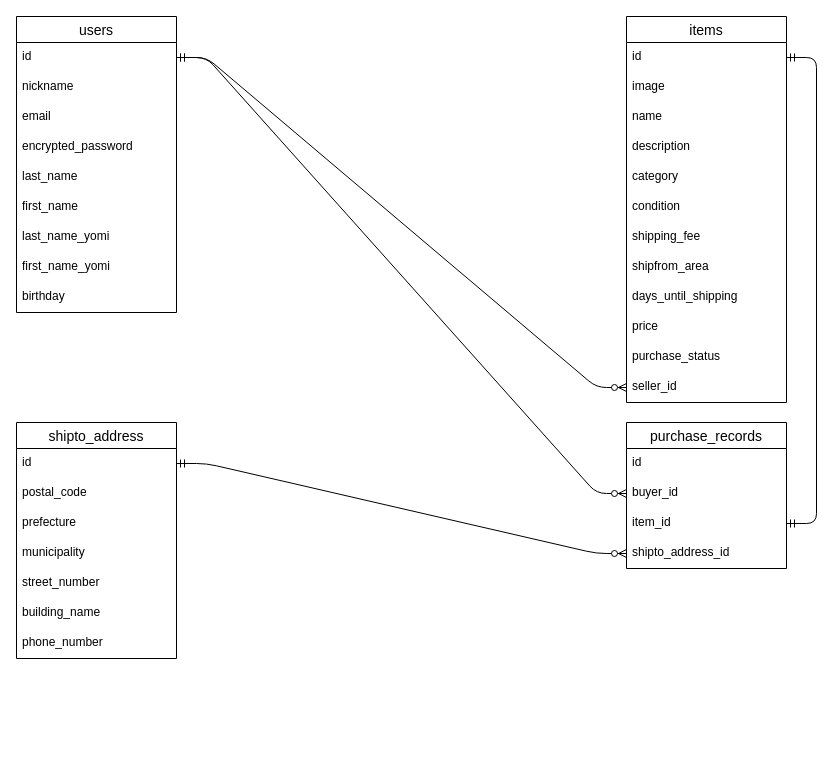
This is ER.dio from Kantakun018/furima-40286, a draw.io file, before an edit. Source tidied: cells renumbered, new cells numbered last; positions are measured from the earlier drawing's top-left corner, leaving out a move shared by most shapes. Both pictures are drawn from the tidied source at 100%, with x=0, y=0 at pixel (16, 16).
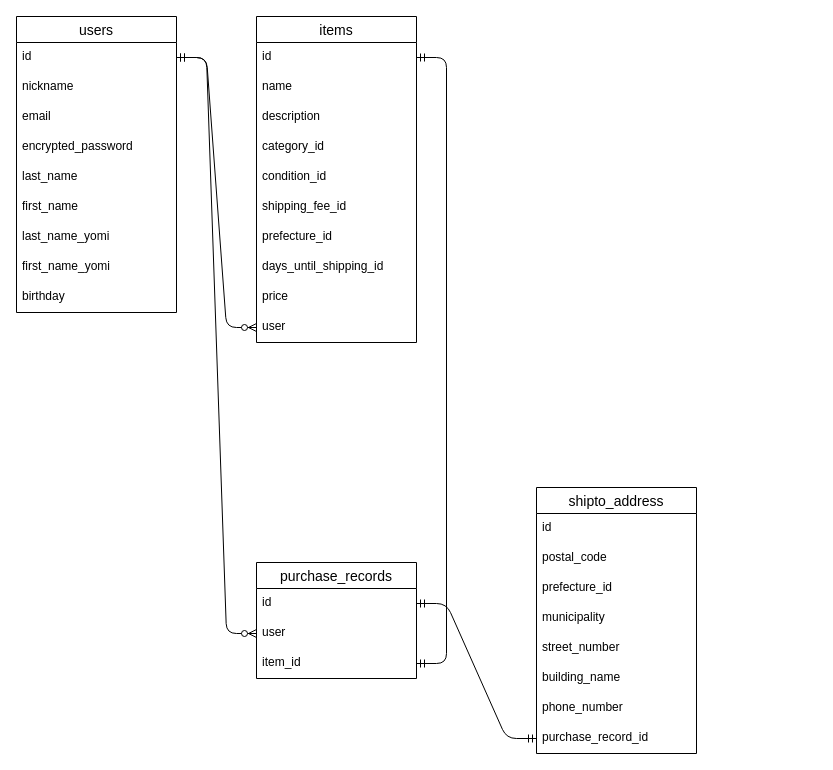
After the change.

Commit message (it also covers changes not shown here):
データベース設計②

Unchanged cells that the change refers to:
```xml
<mxCell id="4" value="id" style="text;strokeColor=none;fillColor=none;spacingLeft=4;spacingRight=4;overflow=hidden;points=[[0,0.5],[1,0.5]];portConstraint=eastwest;fontSize=12;" parent="3" vertex="1">
  <mxGeometry y="26" width="160" height="30" as="geometry" />
</mxCell>
<mxCell id="32" value="id" style="text;strokeColor=none;fillColor=none;spacingLeft=4;spacingRight=4;overflow=hidden;points=[[0,0.5],[1,0.5]];portConstraint=eastwest;fontSize=12;" parent="31" vertex="1">
  <mxGeometry y="26" width="160" height="30" as="geometry" />
</mxCell>
```

What changed in the source:
```diff
@@
     <mxCell id="3" value="purchase_records" style="swimlane;fontStyle=0;horizontal=1;startSize=26;align=center;fontSize=14;" parent="1" vertex="1">
-      <mxGeometry x="610" y="406" width="160" height="146" as="geometry" />
+      <mxGeometry x="240" y="546" width="160" height="116" as="geometry" />
     </mxCell>
@@
-    <mxCell id="5" value="buyer_id" style="text;strokeColor=none;fillColor=none;spacingLeft=4;spacingRight=4;overflow=hidden;points=[[0,0.5],[1,0.5]];portConstraint=eastwest;fontSize=12;" parent="3" vertex="1">
+    <mxCell id="5" value="user" style="text;strokeColor=none;fillColor=none;spacingLeft=4;spacingRight=4;overflow=hidden;points=[[0,0.5],[1,0.5]];portConstraint=eastwest;fontSize=12;" parent="3" vertex="1">
       <mxGeometry y="56" width="160" height="30" as="geometry" />
     </mxCell>
@@
-    <mxCell id="7" value="shipto_address_id" style="text;strokeColor=none;fillColor=none;spacingLeft=4;spacingRight=4;overflow=hidden;points=[[0,0.5],[1,0.5]];portConstraint=eastwest;fontSize=12;" parent="3" vertex="1">
-      <mxGeometry y="116" width="160" height="30" as="geometry" />
-    </mxCell>
@@
     <mxCell id="18" value="items" style="swimlane;fontStyle=0;horizontal=1;startSize=26;align=center;fontSize=14;" parent="1" vertex="1">
-      <mxGeometry x="610" width="160" height="386" as="geometry" />
+      <mxGeometry x="240" width="160" height="326" as="geometry" />
     </mxCell>
@@
-    <mxCell id="20" value="image" style="text;strokeColor=none;fillColor=none;spacingLeft=4;spacingRight=4;overflow=hidden;fontSize=12;" parent="18" vertex="1">
-      <mxGeometry y="56" width="160" height="30" as="geometry" />
-    </mxCell>
     <mxCell id="21" value="name" style="text;strokeColor=none;fillColor=none;spacingLeft=4;spacingRight=4;overflow=hidden;fontSize=12;" parent="18" vertex="1">
-      <mxGeometry y="86" width="160" height="30" as="geometry" />
+      <mxGeometry y="56" width="160" height="30" as="geometry" />
     </mxCell>
     <mxCell id="22" value="description" style="text;strokeColor=none;fillColor=none;spacingLeft=4;spacingRight=4;overflow=hidden;fontSize=12;" parent="18" vertex="1">
-      <mxGeometry y="116" width="160" height="30" as="geometry" />
+      <mxGeometry y="86" width="160" height="30" as="geometry" />
     </mxCell>
-    <mxCell id="23" value="category" style="text;strokeColor=none;fillColor=none;spacingLeft=4;spacingRight=4;overflow=hidden;fontSize=12;" parent="18" vertex="1">
-      <mxGeometry y="146" width="160" height="30" as="geometry" />
+    <mxCell id="23" value="category_id" style="text;strokeColor=none;fillColor=none;spacingLeft=4;spacingRight=4;overflow=hidden;fontSize=12;" parent="18" vertex="1">
+      <mxGeometry y="116" width="160" height="30" as="geometry" />
     </mxCell>
-    <mxCell id="24" value="condition" style="text;strokeColor=none;fillColor=none;spacingLeft=4;spacingRight=4;overflow=hidden;fontSize=12;" parent="18" vertex="1">
-      <mxGeometry y="176" width="160" height="30" as="geometry" />
+    <mxCell id="24" value="condition_id" style="text;strokeColor=none;fillColor=none;spacingLeft=4;spacingRight=4;overflow=hidden;fontSize=12;" parent="18" vertex="1">
+      <mxGeometry y="146" width="160" height="30" as="geometry" />
     </mxCell>
-    <mxCell id="25" value="shipping_fee" style="text;strokeColor=none;fillColor=none;spacingLeft=4;spacingRight=4;overflow=hidden;fontSize=12;" parent="18" vertex="1">
-      <mxGeometry y="206" width="160" height="30" as="geometry" />
+    <mxCell id="25" value="shipping_fee_id" style="text;strokeColor=none;fillColor=none;spacingLeft=4;spacingRight=4;overflow=hidden;fontSize=12;" parent="18" vertex="1">
+      <mxGeometry y="176" width="160" height="30" as="geometry" />
     </mxCell>
-    <mxCell id="26" value="shipfrom_area" style="text;strokeColor=none;fillColor=none;spacingLeft=4;spacingRight=4;overflow=hidden;fontSize=12;" parent="18" vertex="1">
-      <mxGeometry y="236" width="160" height="30" as="geometry" />
+    <mxCell id="26" value="prefecture_id" style="text;strokeColor=none;fillColor=none;spacingLeft=4;spacingRight=4;overflow=hidden;fontSize=12;" parent="18" vertex="1">
+      <mxGeometry y="206" width="160" height="30" as="geometry" />
     </mxCell>
-    <mxCell id="27" value="days_until_shipping" style="text;strokeColor=none;fillColor=none;spacingLeft=4;spacingRight=4;overflow=hidden;fontSize=12;" parent="18" vertex="1">
-      <mxGeometry y="266" width="160" height="30" as="geometry" />
+    <mxCell id="27" value="days_until_shipping_id" style="text;strokeColor=none;fillColor=none;spacingLeft=4;spacingRight=4;overflow=hidden;fontSize=12;" parent="18" vertex="1">
+      <mxGeometry y="236" width="160" height="30" as="geometry" />
     </mxCell>
     <mxCell id="28" value="price" style="text;strokeColor=none;fillColor=none;spacingLeft=4;spacingRight=4;overflow=hidden;fontSize=12;" parent="18" vertex="1">
-      <mxGeometry y="296" width="160" height="30" as="geometry" />
+      <mxGeometry y="266" width="160" height="30" as="geometry" />
     </mxCell>
-    <mxCell id="29" value="purchase_status" style="text;strokeColor=none;fillColor=none;spacingLeft=4;spacingRight=4;overflow=hidden;fontSize=12;" parent="18" vertex="1">
-      <mxGeometry y="326" width="160" height="30" as="geometry" />
-    </mxCell>
-    <mxCell id="30" value="seller_id" style="text;strokeColor=none;fillColor=none;spacingLeft=4;spacingRight=4;overflow=hidden;points=[[0,0.5],[1,0.5]];portConstraint=eastwest;fontSize=12;" parent="18" vertex="1">
-      <mxGeometry y="356" width="160" height="30" as="geometry" />
+    <mxCell id="30" value="user" style="text;strokeColor=none;fillColor=none;spacingLeft=4;spacingRight=4;overflow=hidden;points=[[0,0.5],[1,0.5]];portConstraint=eastwest;fontSize=12;" parent="18" vertex="1">
+      <mxGeometry y="296" width="160" height="30" as="geometry" />
     </mxCell>
     <mxCell id="31" value="shipto_address" style="swimlane;fontStyle=0;horizontal=1;startSize=26;align=center;fontSize=14;" parent="1" vertex="1">
-      <mxGeometry y="406" width="160" height="236" as="geometry" />
+      <mxGeometry x="520" y="471" width="160" height="266" as="geometry" />
     </mxCell>
@@
-    <mxCell id="34" value="prefecture" style="text;strokeColor=none;fillColor=none;spacingLeft=4;spacingRight=4;overflow=hidden;fontSize=12;" parent="31" vertex="1">
+    <mxCell id="34" value="prefecture_id" style="text;strokeColor=none;fillColor=none;spacingLeft=4;spacingRight=4;overflow=hidden;fontSize=12;" parent="31" vertex="1">
       <mxGeometry y="86" width="160" height="30" as="geometry" />
     </mxCell>
@@
+    <mxCell id="43" value="purchase_record_id" style="text;strokeColor=none;fillColor=none;spacingLeft=4;spacingRight=4;overflow=hidden;points=[[0,0.5],[1,0.5]];portConstraint=eastwest;fontSize=12;" parent="31" vertex="1">
+      <mxGeometry y="236" width="160" height="30" as="geometry" />
+    </mxCell>
@@
-    <mxCell id="41" style="edgeStyle=entityRelationEdgeStyle;fontSize=12;html=1;endArrow=ERzeroToMany;startArrow=ERmandOne;" parent="1" edge="1" source="32" target="7">
-      <mxGeometry relative="1" as="geometry" />
-    </mxCell>
@@
+    <mxCell id="44" style="edgeStyle=entityRelationEdgeStyle;fontSize=12;html=1;endArrow=ERmandOne;startArrow=ERmandOne;exitX=1;exitY=0.5;exitDx=0;exitDy=0;" parent="1" edge="1" source="4" target="43">
+      <mxGeometry relative="1" as="geometry" />
+    </mxCell>
```
